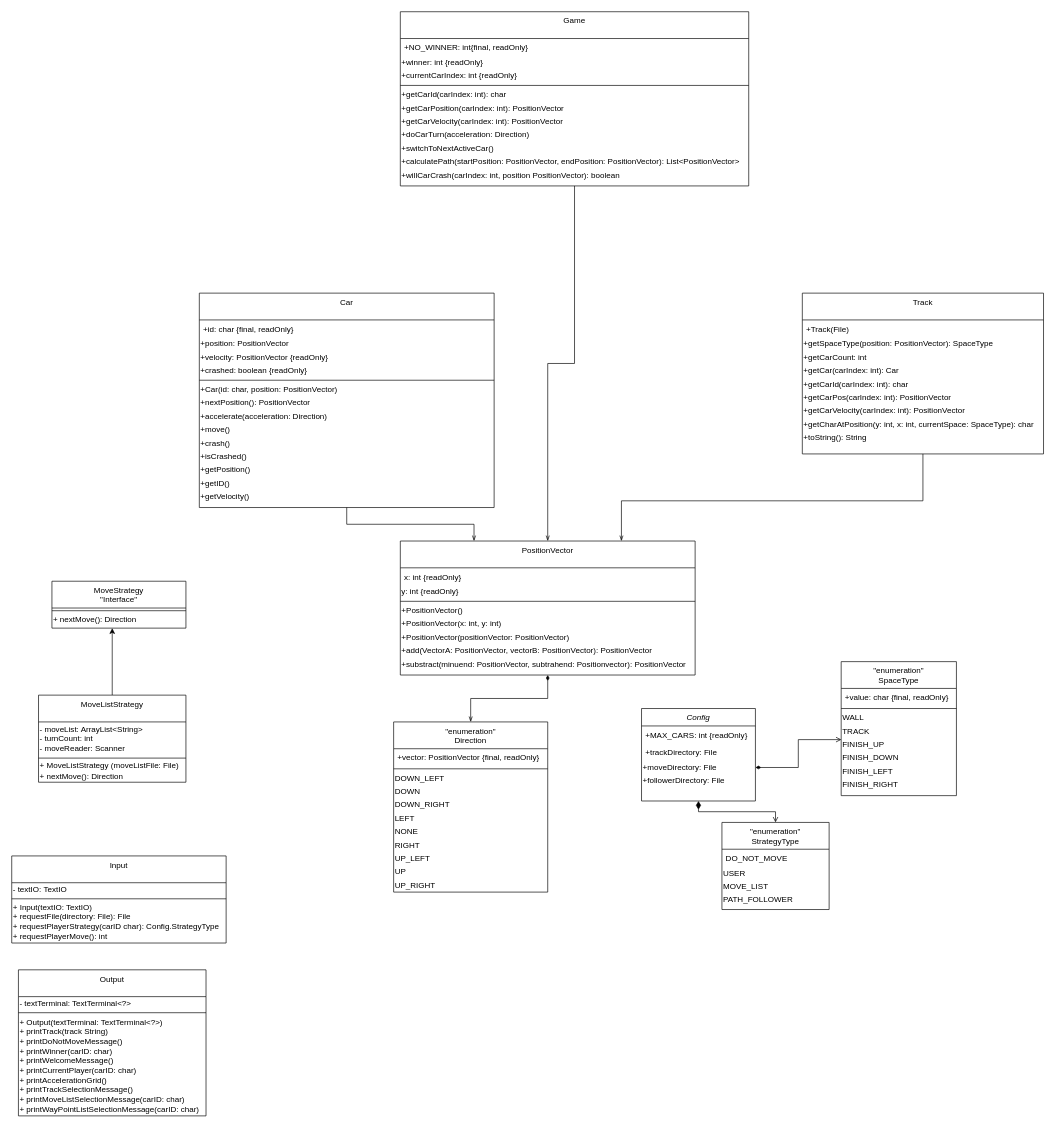
Above: docs/classDiagramm.drawio in YvesBraendli/racetrack_PM2 (draw.io), before the change. Source tidied: cells renumbered, new cells numbered last; positions are measured from the earlier drawing's top-left corner, leaving out a move shared by most shapes. Both pictures are drawn from the tidied source at 67%, with x=0, y=0 at pixel (11, 11).
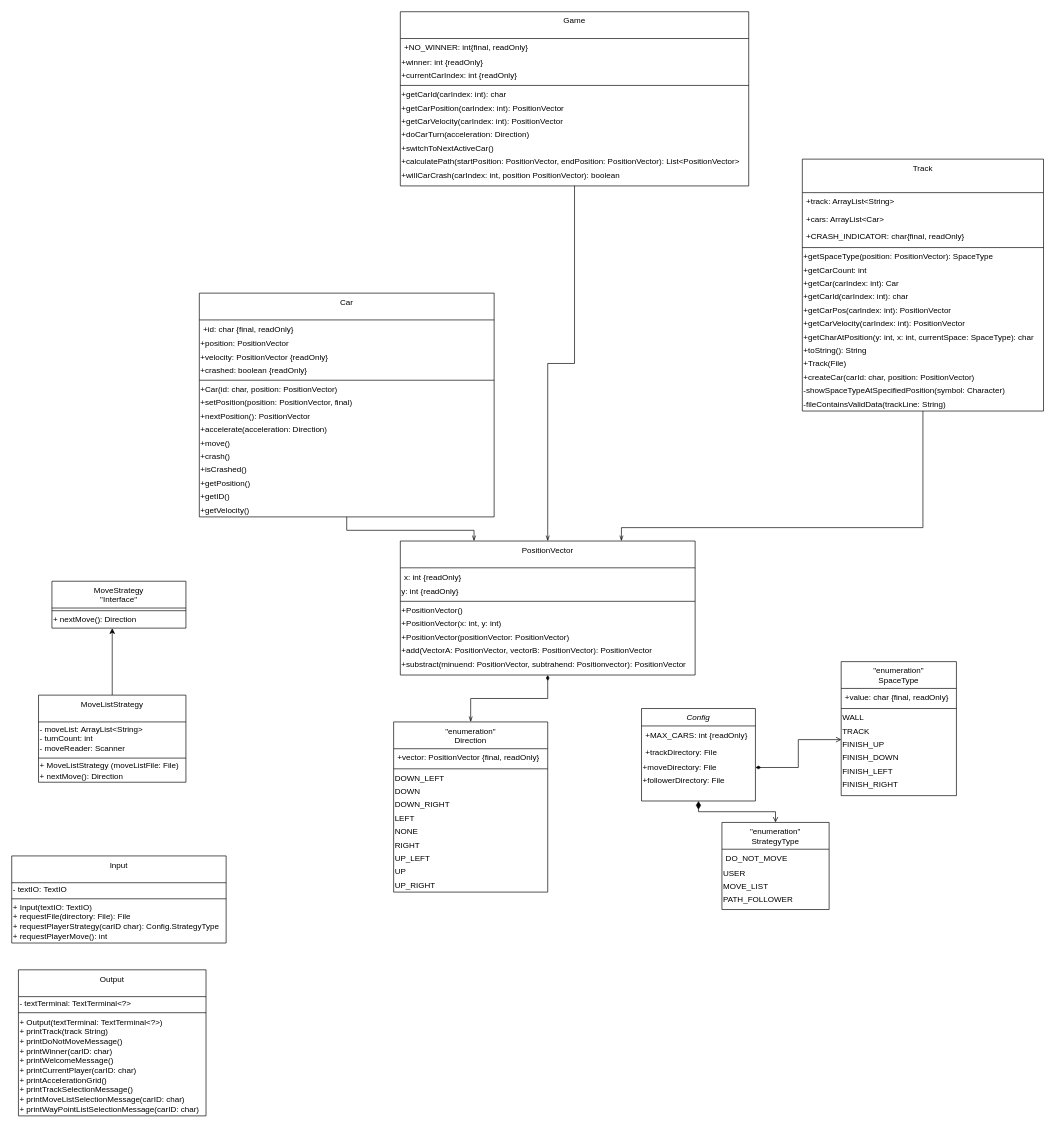
The same page after the edit.

Commit message:
updated class diagramm

The change refers to these unchanged cells:
```xml
<mxCell id="36" value="PositionVector" style="swimlane;fontStyle=0;align=center;verticalAlign=top;horizontal=1;startSize=40;rounded=0;shadow=0;strokeWidth=1;" parent="1" vertex="1">
  <mxGeometry x="580" y="790" width="440" height="200" as="geometry" />
</mxCell>
```

Diff of the diagram source:
```diff
@@
     <mxCell id="45" style="edgeStyle=orthogonalEdgeStyle;rounded=0;jettySize=auto;html=1;entryX=0.75;entryY=0;entryDx=0;entryDy=0;startArrow=none;startFill=0;endArrow=openThin;endFill=0;" parent="1" edge="1" source="46" target="36">
       <mxGeometry relative="1" as="geometry">
         <Array as="points">
-          <mxPoint x="1360" y="730" />
-          <mxPoint x="910" y="730" />
+          <mxPoint x="1360" y="770" />
+          <mxPoint x="910" y="770" />
         </Array>
       </mxGeometry>
     </mxCell>
-    <mxCell id="46" value="Track" style="swimlane;fontStyle=0;align=center;verticalAlign=top;horizontal=1;startSize=40;rounded=0;shadow=0;strokeWidth=1;" parent="1" vertex="1">
-      <mxGeometry x="1180" y="420" width="360" height="240" as="geometry" />
+    <mxCell id="46" value="Track" style="swimlane;fontStyle=0;align=center;verticalAlign=top;horizontal=1;startSize=50;rounded=0;shadow=0;strokeWidth=1;" parent="1" vertex="1">
+      <mxGeometry x="1180" y="220" width="360" height="376" as="geometry" />
     </mxCell>
-    <mxCell id="47" value="+Track(File)" style="text;align=left;verticalAlign=top;spacingLeft=4;spacingRight=4;overflow=hidden;rounded=0;shadow=0;html=0;" parent="46" vertex="1">
-      <mxGeometry y="40" width="360" height="26" as="geometry" />
-    </mxCell>
+    <mxCell id="101" value="+track: ArrayList&lt;String&gt;" style="text;align=left;verticalAlign=top;spacingLeft=4;spacingRight=4;overflow=hidden;rounded=0;shadow=0;html=0;" parent="46" vertex="1">
+      <mxGeometry y="50" width="360" height="26" as="geometry" />
+    </mxCell>
+    <mxCell id="102" value="+cars: ArrayList&lt;Car&gt;" style="text;align=left;verticalAlign=top;spacingLeft=4;spacingRight=4;overflow=hidden;rounded=0;shadow=0;html=0;" parent="46" vertex="1">
+      <mxGeometry y="76" width="360" height="26" as="geometry" />
+    </mxCell>
+    <mxCell id="103" value="+CRASH_INDICATOR: char{final, readOnly}" style="text;align=left;verticalAlign=top;spacingLeft=4;spacingRight=4;overflow=hidden;rounded=0;shadow=0;html=0;" parent="46" vertex="1">
+      <mxGeometry y="102" width="360" height="26" as="geometry" />
+    </mxCell>
+    <mxCell id="104" style="line;html=1;strokeWidth=1;align=left;verticalAlign=middle;spacingTop=-1;spacingLeft=3;spacingRight=3;labelPosition=right;" parent="46" vertex="1">
+      <mxGeometry y="128" width="360" height="8" as="geometry" />
+    </mxCell>
     <mxCell id="48" value="&lt;div&gt;&lt;span&gt;+getSpaceType(position: PositionVector): SpaceType&lt;/span&gt;&lt;/div&gt;" style="text;html=1;align=left;verticalAlign=middle;" parent="46" vertex="1">
-      <mxGeometry y="66" width="360" height="20" as="geometry" />
+      <mxGeometry y="136" width="360" height="20" as="geometry" />
     </mxCell>
     <mxCell id="49" value="+getCarCount: int" style="text;html=1;align=left;verticalAlign=middle;" parent="46" vertex="1">
-      <mxGeometry y="86" width="360" height="20" as="geometry" />
+      <mxGeometry y="156" width="360" height="20" as="geometry" />
     </mxCell>
     <mxCell id="50" value="+getCar(carIndex: int): Car" style="text;html=1;align=left;verticalAlign=middle;" parent="46" vertex="1">
-      <mxGeometry y="106" width="360" height="20" as="geometry" />
+      <mxGeometry y="176" width="360" height="20" as="geometry" />
     </mxCell>
     <mxCell id="51" value="+getCarId(carIndex: int): char" style="text;html=1;align=left;verticalAlign=middle;" parent="46" vertex="1">
-      <mxGeometry y="126" width="360" height="20" as="geometry" />
+      <mxGeometry y="196" width="360" height="20" as="geometry" />
     </mxCell>
     <mxCell id="52" value="+getCarPos(carIndex: int): PositionVector" style="text;html=1;align=left;verticalAlign=middle;" parent="46" vertex="1">
-      <mxGeometry y="146" width="360" height="20" as="geometry" />
+      <mxGeometry y="216" width="360" height="20" as="geometry" />
     </mxCell>
     <mxCell id="53" value="+getCarVelocity(carIndex: int): PositionVector" style="text;html=1;align=left;verticalAlign=middle;" parent="46" vertex="1">
-      <mxGeometry y="166" width="360" height="20" as="geometry" />
+      <mxGeometry y="236" width="360" height="20" as="geometry" />
     </mxCell>
     <mxCell id="54" value="+getCharAtPosition(y: int, x: int, currentSpace: SpaceType): char" style="text;html=1;align=left;verticalAlign=middle;" parent="46" vertex="1">
-      <mxGeometry y="186" width="360" height="20" as="geometry" />
+      <mxGeometry y="256" width="360" height="20" as="geometry" />
     </mxCell>
     <mxCell id="55" value="+toString(): String" style="text;html=1;align=left;verticalAlign=middle;" parent="46" vertex="1">
-      <mxGeometry y="206" width="360" height="20" as="geometry" />
+      <mxGeometry y="276" width="360" height="20" as="geometry" />
     </mxCell>
+    <mxCell id="47" value="+Track(File)" style="text;html=1;align=left;verticalAlign=middle;" parent="46" vertex="1">
+      <mxGeometry y="296" width="360" height="20" as="geometry" />
+    </mxCell>
+    <mxCell id="105" value="+createCar(carId: char, position: PositionVector)" style="text;html=1;align=left;verticalAlign=middle;" parent="46" vertex="1">
+      <mxGeometry y="316" width="360" height="20" as="geometry" />
+    </mxCell>
+    <mxCell id="106" value="-showSpaceTypeAtSpecifiedPosition(symbol: Character)" style="text;html=1;align=left;verticalAlign=middle;" parent="46" vertex="1">
+      <mxGeometry y="336" width="360" height="20" as="geometry" />
+    </mxCell>
+    <mxCell id="107" value="-fileContainsValidData(trackLine: String)" style="text;html=1;align=left;verticalAlign=middle;" parent="46" vertex="1">
+      <mxGeometry y="356" width="360" height="20" as="geometry" />
+    </mxCell>
@@
     <mxCell id="57" value="Car" style="swimlane;fontStyle=0;align=center;verticalAlign=top;horizontal=1;startSize=40;rounded=0;shadow=0;strokeWidth=1;" parent="1" vertex="1">
-      <mxGeometry x="280" y="420" width="440" height="320" as="geometry" />
+      <mxGeometry x="280" y="420" width="440" height="334" as="geometry" />
     </mxCell>
@@
+    <mxCell id="108" value="+setPosition(position: PositionVector, final)" style="text;html=1;align=left;verticalAlign=middle;" parent="57" vertex="1">
+      <mxGeometry y="154" width="440" height="20" as="geometry" />
+    </mxCell>
     <mxCell id="64" value="+nextPosition(): PositionVector" style="text;html=1;align=left;verticalAlign=middle;" parent="57" vertex="1">
-      <mxGeometry y="154" width="440" height="20" as="geometry" />
+      <mxGeometry y="174" width="440" height="20" as="geometry" />
     </mxCell>
     <mxCell id="65" value="+accelerate(acceleration: Direction)" style="text;html=1;align=left;verticalAlign=middle;" parent="57" vertex="1">
-      <mxGeometry y="174" width="440" height="20" as="geometry" />
+      <mxGeometry y="194" width="440" height="20" as="geometry" />
     </mxCell>
     <mxCell id="66" value="&lt;div&gt;&lt;span&gt;+move()&lt;/span&gt;&lt;/div&gt;" style="text;html=1;align=left;verticalAlign=middle;" parent="57" vertex="1">
-      <mxGeometry y="194" width="440" height="20" as="geometry" />
+      <mxGeometry y="214" width="440" height="20" as="geometry" />
     </mxCell>
     <mxCell id="67" value="+crash()" style="text;html=1;align=left;verticalAlign=middle;" parent="57" vertex="1">
-      <mxGeometry y="214" width="440" height="20" as="geometry" />
+      <mxGeometry y="234" width="440" height="20" as="geometry" />
     </mxCell>
     <mxCell id="68" value="+isCrashed()" style="text;html=1;align=left;verticalAlign=middle;" parent="57" vertex="1">
-      <mxGeometry y="234" width="440" height="20" as="geometry" />
+      <mxGeometry y="254" width="440" height="20" as="geometry" />
     </mxCell>
     <mxCell id="69" value="+getPosition()" style="text;html=1;align=left;verticalAlign=middle;" parent="57" vertex="1">
-      <mxGeometry y="254" width="440" height="20" as="geometry" />
+      <mxGeometry y="274" width="440" height="20" as="geometry" />
     </mxCell>
     <mxCell id="70" value="+getID()" style="text;html=1;align=left;verticalAlign=middle;" parent="57" vertex="1">
-      <mxGeometry y="274" width="440" height="20" as="geometry" />
+      <mxGeometry y="294" width="440" height="20" as="geometry" />
     </mxCell>
     <mxCell id="71" value="&lt;div&gt;&lt;span&gt;+getVelocity()&lt;/span&gt;&lt;/div&gt;" style="text;html=1;align=left;verticalAlign=middle;" parent="57" vertex="1">
-      <mxGeometry y="294" width="440" height="20" as="geometry" />
+      <mxGeometry y="314" width="440" height="20" as="geometry" />
     </mxCell>
```
